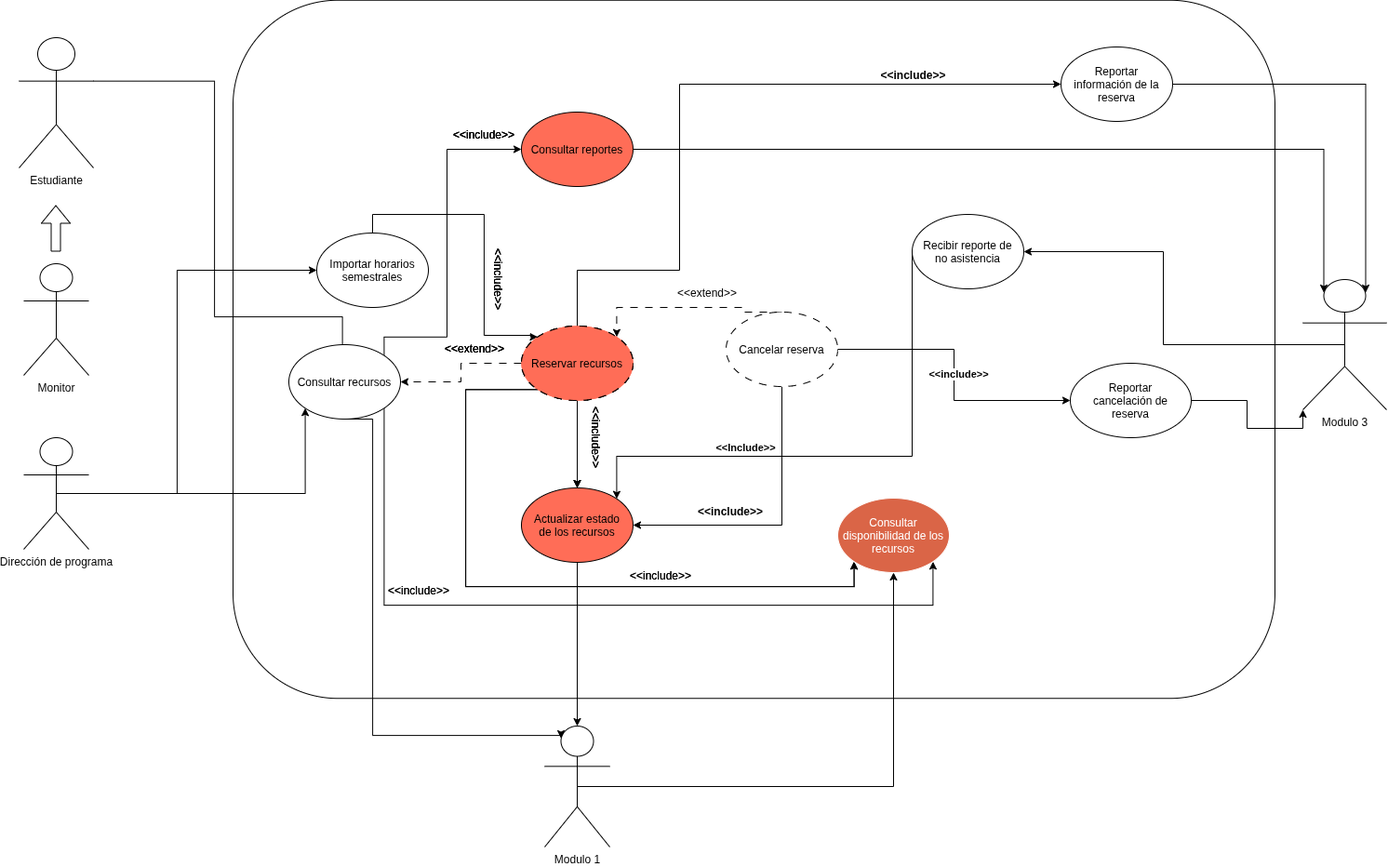
Above: docs/unimag.png in codigotpx/ReservasUnimag (draw.io), before the change. Source tidied: cells renumbered, new cells last; positions are measured from the earlier drawing's top-left corner, leaving out a move shared by most shapes.
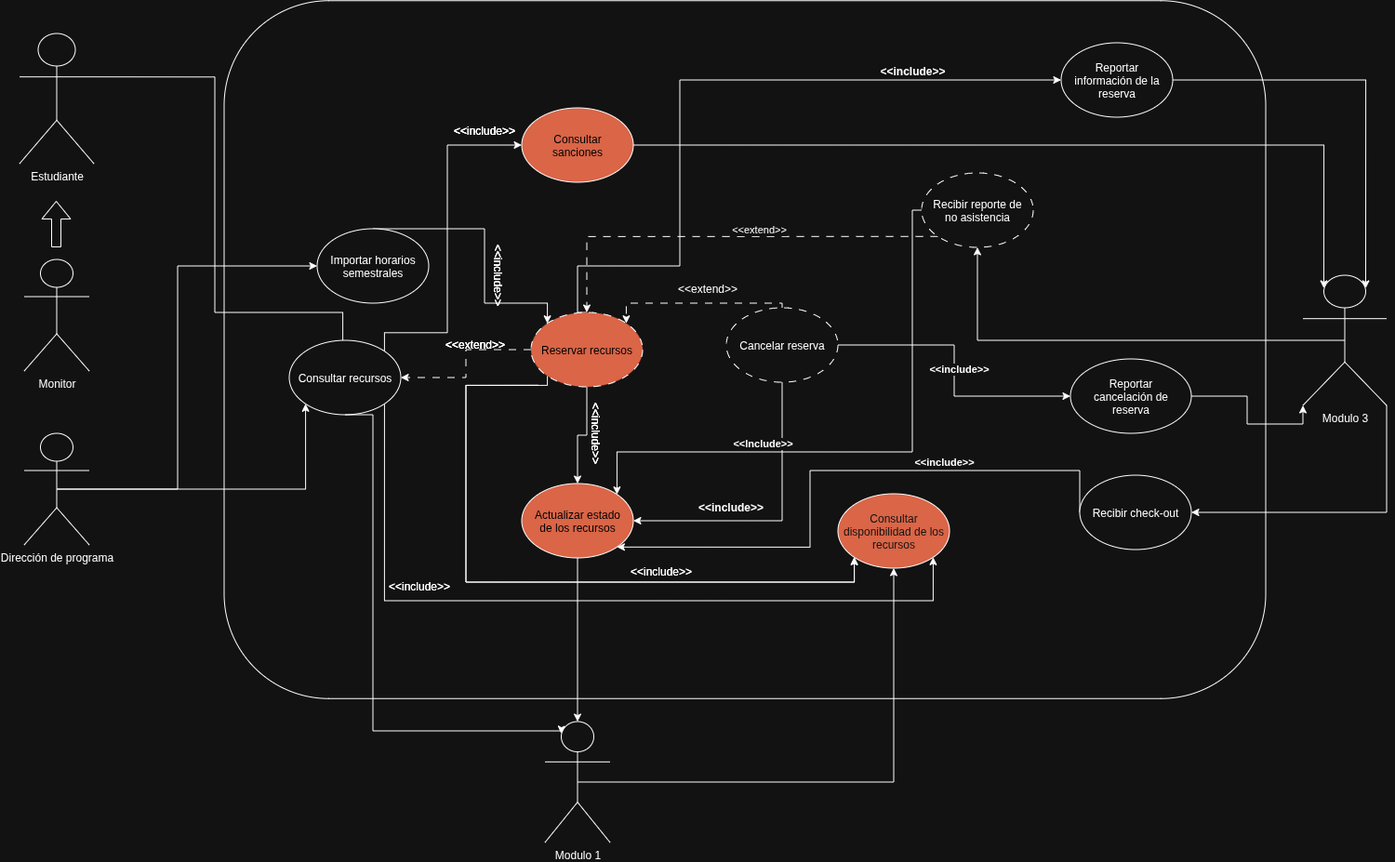
Later version of the same file.

Change to the diagram source:
```diff
@@ -3,23 +3,11 @@
     <mxCell id="0" />
     <mxCell id="1" parent="0" />
     <mxCell id="2" value="&amp;lt;" style="rounded=1;whiteSpace=wrap;html=1;" parent="1" vertex="1">
-      <mxGeometry x="230" y="-0.2" width="1120" height="750.5" as="geometry" />
+      <mxGeometry x="220" y="4.8" width="1120" height="750.5" as="geometry" />
     </mxCell>
     <mxCell id="3" value="Estudiante" style="shape=umlActor;verticalLabelPosition=bottom;verticalAlign=top;html=1;" parent="1" vertex="1">
       <mxGeometry y="40" width="80" height="140" as="geometry" />
     </mxCell>
-    <mxCell id="4" style="edgeStyle=orthogonalEdgeStyle;rounded=0;jettySize=auto;html=1;exitX=0.5;exitY=0;exitDx=0;exitDy=0;entryX=0;entryY=0;entryDx=0;entryDy=0;" parent="1" edge="1" target="16">
-      <mxGeometry relative="1" as="geometry">
-        <mxPoint x="380" y="250" as="sourcePoint" />
-        <Array as="points">
-          <mxPoint x="380" y="230" />
-          <mxPoint x="499.9" y="230" />
-          <mxPoint x="499.9" y="360" />
-          <mxPoint x="550" y="360" />
-          <mxPoint x="550" y="361.6" />
-        </Array>
-      </mxGeometry>
-    </mxCell>
     <mxCell id="5" value="Monitor" style="shape=umlActor;verticalLabelPosition=bottom;verticalAlign=top;html=1;" parent="1" vertex="1">
       <mxGeometry x="5" y="283" width="70" height="120" as="geometry" />
     </mxCell>
@@ -61,14 +49,6 @@
     <mxCell id="14" value="&amp;lt;&amp;lt;include&amp;gt;&amp;gt;" style="text;html=1;whiteSpace=wrap;strokeColor=none;fillColor=none;align=center;verticalAlign=middle;rounded=0;" parent="1" vertex="1">
       <mxGeometry x="470" y="130" width="60" height="30" as="geometry" />
     </mxCell>
-    <mxCell id="15" style="edgeStyle=orthogonalEdgeStyle;rounded=0;jettySize=auto;html=1;exitX=0.5;exitY=1;exitDx=0;exitDy=0;" parent="1" edge="1" source="16">
-      <mxGeometry relative="1" as="geometry">
-        <mxPoint x="600" y="524" as="targetPoint" />
-      </mxGeometry>
-    </mxCell>
-    <mxCell id="16" value="Reservar recursos" style="ellipse;whiteSpace=wrap;html=1;shapeInside=1;dashed=1;dashPattern=8 8;fillColor=light-dark(#FF6D57,#DA6547);fontColor=light-dark(#000000,#000000);" parent="1" vertex="1">
-      <mxGeometry x="540" y="350" width="120" height="80" as="geometry" />
-    </mxCell>
     <mxCell id="17" value="&amp;lt;&amp;lt;include&amp;gt;&amp;gt;" style="text;html=1;whiteSpace=wrap;strokeColor=none;fillColor=none;align=center;verticalAlign=middle;rounded=0;rotation=90;" parent="1" vertex="1">
       <mxGeometry x="590" y="455" width="60" height="30" as="geometry" />
     </mxCell>
@@ -92,13 +72,9 @@
     <mxCell id="22" value="&amp;lt;&amp;lt;include&amp;gt;&amp;gt;" style="text;html=1;whiteSpace=wrap;strokeColor=none;fillColor=none;align=center;verticalAlign=middle;rounded=0;" parent="1" vertex="1">
       <mxGeometry x="470" y="130" width="60" height="30" as="geometry" />
     </mxCell>
-    <mxCell id="23" style="edgeStyle=orthogonalEdgeStyle;rounded=0;jettySize=auto;html=1;exitX=0.5;exitY=1;exitDx=0;exitDy=0;" parent="1" edge="1" source="25">
-      <mxGeometry relative="1" as="geometry">
-        <mxPoint x="600" y="524" as="targetPoint" />
-      </mxGeometry>
-    </mxCell>
-    <mxCell id="24" style="edgeStyle=orthogonalEdgeStyle;rounded=0;jettySize=auto;html=1;exitX=0;exitY=1;exitDx=0;exitDy=0;entryX=0;entryY=1;entryDx=0;entryDy=0;" parent="1" edge="1" source="25">
+    <mxCell id="24" style="edgeStyle=orthogonalEdgeStyle;rounded=0;orthogonalLoop=1;jettySize=auto;html=1;exitX=0;exitY=1;exitDx=0;exitDy=0;entryX=0;entryY=1;entryDx=0;entryDy=0;" parent="1" edge="1">
       <mxGeometry relative="1" as="geometry">
+        <mxPoint x="557.6" y="418.3" as="sourcePoint" />
         <mxPoint x="897.6" y="603.3" as="targetPoint" />
         <Array as="points">
           <mxPoint x="480.1" y="418.3" />
@@ -107,9 +83,6 @@
         </Array>
       </mxGeometry>
     </mxCell>
-    <mxCell id="25" value="Reservar recursos" style="ellipse;whiteSpace=wrap;html=1;shapeInside=1;dashed=1;dashPattern=8 8;fillColor=light-dark(#FF6D57,#DA6547);fontColor=light-dark(#000000,#000000);" parent="1" vertex="1">
-      <mxGeometry x="540" y="350" width="120" height="80" as="geometry" />
-    </mxCell>
     <mxCell id="26" value="&amp;lt;&amp;lt;include&amp;gt;&amp;gt;" style="text;html=1;whiteSpace=wrap;strokeColor=none;fillColor=none;align=center;verticalAlign=middle;rounded=0;rotation=90;" parent="1" vertex="1">
       <mxGeometry x="590" y="455" width="60" height="30" as="geometry" />
     </mxCell>
@@ -129,6 +102,15 @@
         </Array>
       </mxGeometry>
     </mxCell>
+    <mxCell id="66" style="edgeStyle=orthogonalEdgeStyle;rounded=0;jettySize=auto;html=1;exitX=0.5;exitY=0;exitDx=0;exitDy=0;entryX=0;entryY=0;entryDx=0;entryDy=0;" parent="1" edge="1" source="30" target="50">
+      <mxGeometry relative="1" as="geometry">
+        <Array as="points">
+          <mxPoint x="500" y="250" />
+          <mxPoint x="500" y="330" />
+          <mxPoint x="567.1" y="330" />
+        </Array>
+      </mxGeometry>
+    </mxCell>
     <mxCell id="30" value="Importar horarios semestrales&lt;div&gt;&lt;br&gt;&lt;/div&gt;" style="ellipse;whiteSpace=wrap;html=1;shapeInside=1;" parent="1" vertex="1">
       <mxGeometry x="320" y="250" width="120" height="80" as="geometry" />
     </mxCell>
@@ -182,10 +164,13 @@
     <mxCell id="42" style="edgeStyle=orthogonalEdgeStyle;rounded=0;jettySize=auto;html=1;exitX=0.5;exitY=0.5;exitDx=0;exitDy=0;exitPerimeter=0;" parent="1" edge="1" source="43" target="53">
       <mxGeometry relative="1" as="geometry" />
     </mxCell>
+    <mxCell id="67" style="edgeStyle=orthogonalEdgeStyle;rounded=0;jettySize=auto;html=1;exitX=1;exitY=1;exitDx=0;exitDy=0;exitPerimeter=0;entryX=1;entryY=0.5;entryDx=0;entryDy=0;" parent="1" edge="1" source="43" target="72">
+      <mxGeometry relative="1" as="geometry" />
+    </mxCell>
     <mxCell id="43" value="Modulo 3&lt;div&gt;&lt;br&gt;&lt;/div&gt;" style="shape=umlActor;verticalLabelPosition=bottom;verticalAlign=top;html=1;outlineConnect=0;" parent="1" vertex="1">
       <mxGeometry x="1380" y="300" width="90" height="140" as="geometry" />
     </mxCell>
-    <mxCell id="44" value="&lt;span&gt;Consultar reportes&lt;/span&gt;" style="ellipse;whiteSpace=wrap;html=1;shapeInside=1;fillColor=light-dark(#FF6D57,#DA6547);fontColor=light-dark(#000000,#000000);strokeColor=default;" parent="1" vertex="1">
+    <mxCell id="44" value="&lt;span&gt;Consultar sanciones&lt;/span&gt;" style="ellipse;whiteSpace=wrap;html=1;shapeInside=1;fillColor=light-dark(#FF6D57,#DA6547);fontColor=light-dark(#000000,#000000);strokeColor=default;" parent="1" vertex="1">
       <mxGeometry x="540" y="120" width="120" height="80" as="geometry" />
     </mxCell>
     <mxCell id="45" value="&amp;lt;&amp;lt;include&amp;gt;&amp;gt;" style="text;html=1;whiteSpace=wrap;strokeColor=none;fillColor=none;align=center;verticalAlign=middle;rounded=0;" parent="1" vertex="1">
@@ -218,7 +203,7 @@
       </mxGeometry>
     </mxCell>
     <mxCell id="50" value="Reservar recursos" style="ellipse;whiteSpace=wrap;html=1;shapeInside=1;dashed=1;dashPattern=8 8;fillColor=light-dark(#FF6D57,#DA6547);fontColor=light-dark(#000000,#000000);" parent="1" vertex="1">
-      <mxGeometry x="540" y="350" width="120" height="80" as="geometry" />
+      <mxGeometry x="550" y="340" width="120" height="80" as="geometry" />
     </mxCell>
     <mxCell id="51" style="edgeStyle=orthogonalEdgeStyle;rounded=0;jettySize=auto;html=1;exitX=0;exitY=0.5;exitDx=0;exitDy=0;entryX=1;entryY=0;entryDx=0;entryDy=0;" parent="1" edge="1" source="53" target="57">
       <mxGeometry relative="1" as="geometry">
@@ -233,8 +218,16 @@
         <mxPoint x="-20" y="-9" as="offset" />
       </mxGeometry>
     </mxCell>
+    <mxCell id="68" style="edgeStyle=orthogonalEdgeStyle;rounded=0;jettySize=auto;html=1;exitX=0;exitY=1;exitDx=0;exitDy=0;dashed=1;dashPattern=8 8;" parent="1" edge="1" source="53" target="50">
+      <mxGeometry relative="1" as="geometry" />
+    </mxCell>
+    <mxCell id="69" value="&amp;lt;&amp;lt;extend&amp;gt;&amp;gt;" style="edgeLabel;html=1;align=center;verticalAlign=middle;" parent="68" vertex="1">
+      <mxGeometry x="-0.17" y="-1" relative="1" as="geometry">
+        <mxPoint x="-3" y="-7" as="offset" />
+      </mxGeometry>
+    </mxCell>
-    <mxCell id="53" value="Recibir reporte de no asistencia" style="ellipse;whiteSpace=wrap;html=1;shapeInside=1;" parent="1" vertex="1">
-      <mxGeometry x="960" y="230" width="120" height="80" as="geometry" />
+    <mxCell id="53" value="Recibir reporte de no asistencia" style="ellipse;whiteSpace=wrap;html=1;shapeInside=1;dashed=1;dashPattern=8 8;" parent="1" vertex="1">
+      <mxGeometry x="970" y="190" width="120" height="80" as="geometry" />
     </mxCell>
     <mxCell id="54" value="Reportar información de la reserva" style="ellipse;whiteSpace=wrap;html=1;shapeInside=1;" parent="1" vertex="1">
       <mxGeometry x="1120" y="50" width="120" height="80" as="geometry" />
@@ -277,5 +270,22 @@
         </Array>
       </mxGeometry>
     </mxCell>
+    <mxCell id="70" style="edgeStyle=orthogonalEdgeStyle;rounded=0;jettySize=auto;html=1;exitX=0;exitY=0.5;exitDx=0;exitDy=0;entryX=1;entryY=1;entryDx=0;entryDy=0;" parent="1" edge="1" source="72" target="57">
+      <mxGeometry relative="1" as="geometry">
+        <Array as="points">
+          <mxPoint x="1140.1" y="510.1" />
+          <mxPoint x="850.1" y="510.1" />
+          <mxPoint x="850.1" y="592.2" />
+        </Array>
+      </mxGeometry>
+    </mxCell>
+    <mxCell id="71" value="&lt;b&gt;&amp;lt;&amp;lt;include&amp;gt;&amp;gt;&lt;/b&gt;" style="edgeLabel;html=1;align=center;verticalAlign=middle;" parent="70" vertex="1">
+      <mxGeometry x="-0.39" y="4" relative="1" as="geometry">
+        <mxPoint y="-14" as="offset" />
+      </mxGeometry>
+    </mxCell>
+    <mxCell id="72" value="Recibir check-out" style="ellipse;whiteSpace=wrap;html=1;shapeInside=1;" parent="1" vertex="1">
+      <mxGeometry x="1140" y="515" width="120" height="80" as="geometry" />
+    </mxCell>
   </root>
 </mxGraphModel>
```
